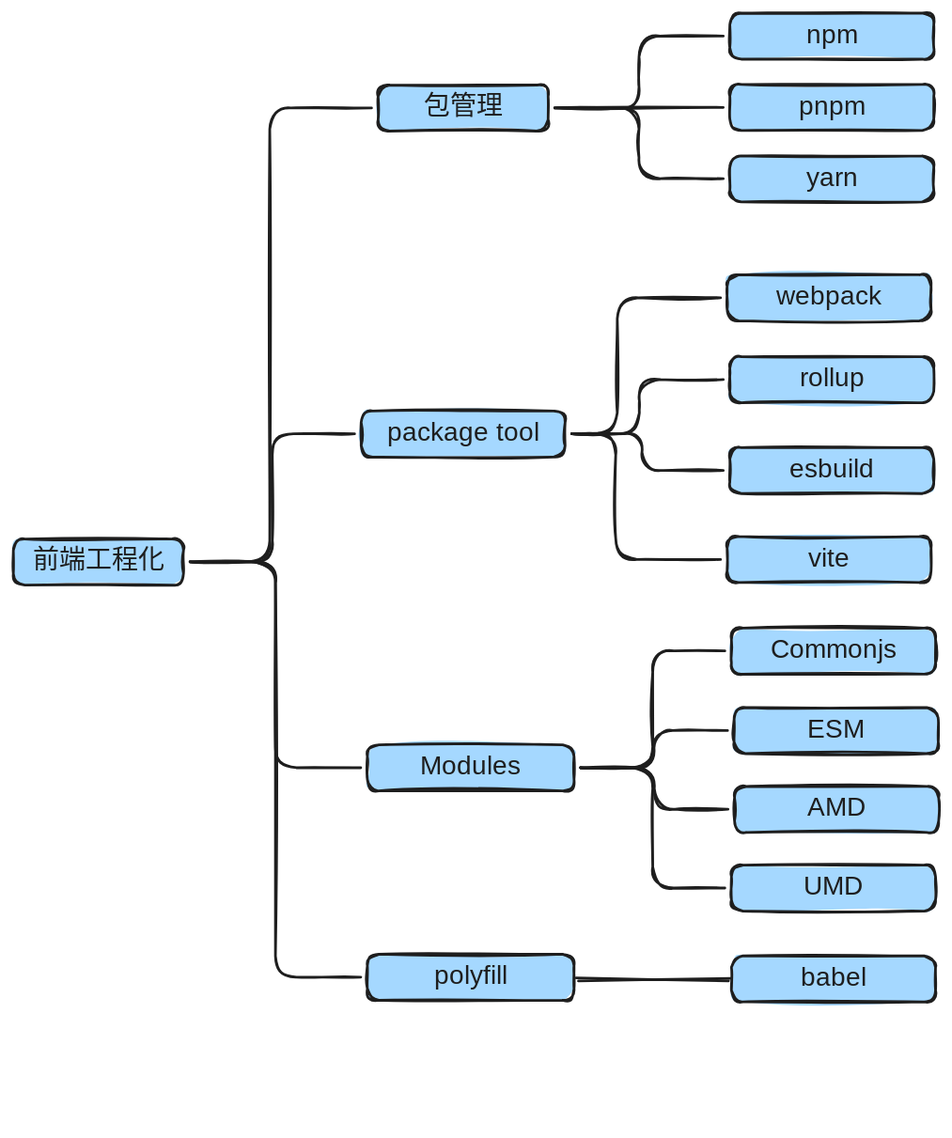
This is image/engineer.excalidraw.svg from zhuzhujian/zhuzhujian.github.io, a Excalidraw export, as it was before one commit. Source tidied: one line per element, renumbered; positions are measured from the earlier drawing's top-left corner, leaving out a move shared by most shapes.
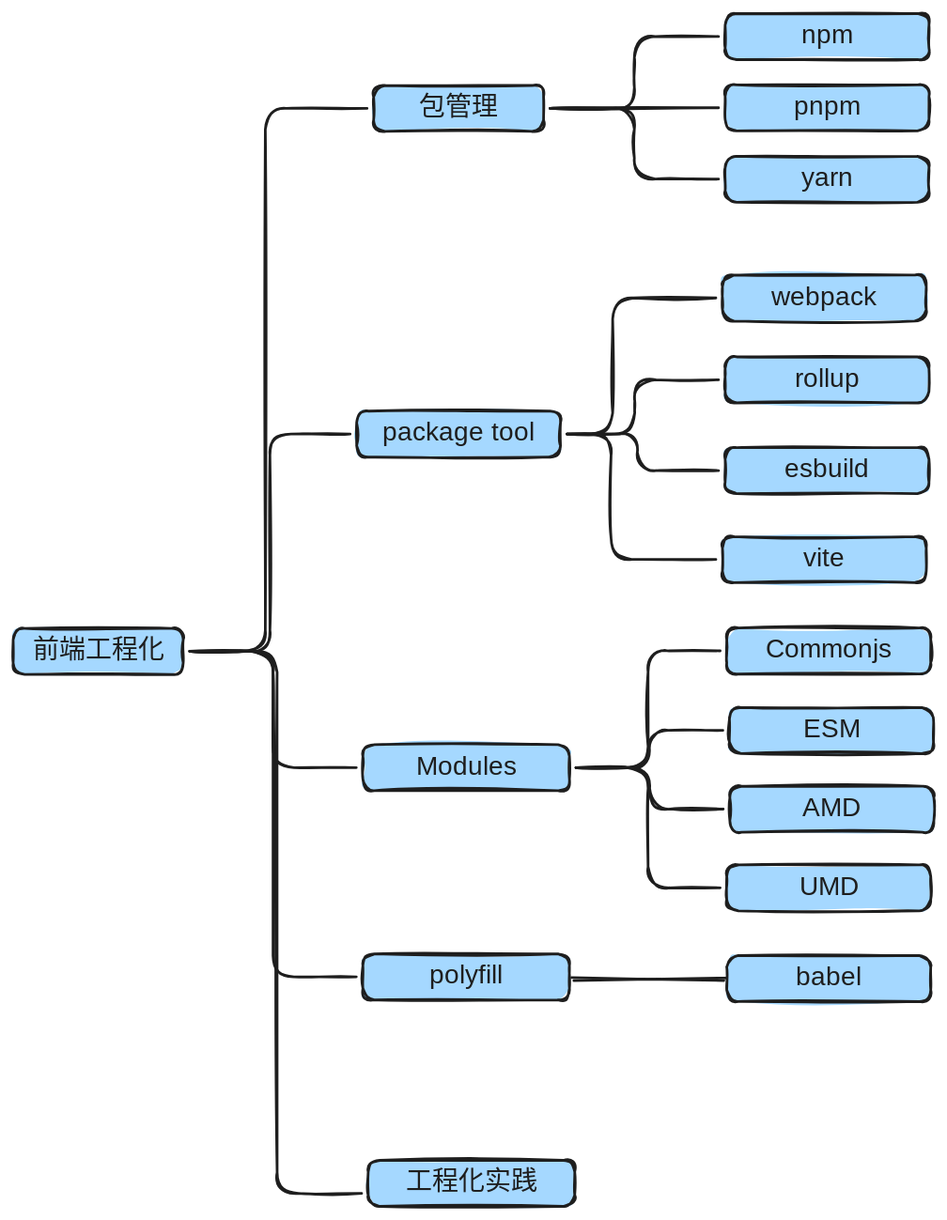
The same diagram one commit later.

Change to the diagram source:
```diff
@@ -1,11 +1,11 @@
-{"id": 0, "type": "rectangle", "strokeColor": "#1e1e1e", "backgroundColor": "#a5d8ff", "fillStyle": "solid", "strokeWidth": 2, "roughness": 1, "round": true, "x": 0, "y": 400, "width": 129, "height": 35}
+{"id": 0, "type": "rectangle", "strokeColor": "#1e1e1e", "backgroundColor": "#a5d8ff", "fillStyle": "solid", "strokeWidth": 2, "roughness": 1, "round": true, "x": 3, "y": 468, "width": 129, "height": 35}
-{"id": 1, "type": "text", "text": "前端工程化", "strokeColor": "#1e1e1e", "strokeWidth": 2, "roughness": 1, "fontSize": 20, "fontFamily": 5, "textAlign": "center", "verticalAlign": "middle", "inside": 0, "x": 15, "y": 405, "width": 100, "height": 25}
+{"id": 1, "type": "text", "text": "前端工程化", "strokeColor": "#1e1e1e", "strokeWidth": 2, "roughness": 1, "fontSize": 20, "fontFamily": 5, "textAlign": "center", "verticalAlign": "middle", "inside": 0, "x": 18, "y": 473, "width": 100, "height": 25}
 {"id": 2, "type": "rectangle", "strokeColor": "#1e1e1e", "backgroundColor": "#a5d8ff", "fillStyle": "solid", "strokeWidth": 2, "roughness": 1, "round": true, "x": 264, "y": 302, "width": 155, "height": 35}
 {"id": 3, "type": "text", "text": "package tool", "strokeColor": "#1e1e1e", "backgroundColor": "#a5d8ff", "fillStyle": "solid", "strokeWidth": 2, "roughness": 1, "fontSize": 20, "fontFamily": 5, "textAlign": "center", "verticalAlign": "middle", "inside": 2, "x": 280, "y": 307, "width": 124, "height": 25}
 {"id": 4, "type": "rectangle", "strokeColor": "#1e1e1e", "backgroundColor": "#a5d8ff", "fillStyle": "solid", "strokeWidth": 2, "roughness": 1, "round": true, "x": 269, "y": 715, "width": 157, "height": 35}
 {"id": 5, "type": "text", "text": "polyfill", "strokeColor": "#1e1e1e", "backgroundColor": "#a5d8ff", "fillStyle": "solid", "strokeWidth": 2, "roughness": 1, "fontSize": 20, "fontFamily": 5, "textAlign": "center", "verticalAlign": "middle", "inside": 4, "x": 317, "y": 720, "width": 62, "height": 25}
-{"id": 6, "type": "arrow", "strokeColor": "#1e1e1e", "backgroundColor": "#a5d8ff", "fillStyle": "solid", "strokeWidth": 2, "roughness": 1, "from": 0, "to": 2, "x": 134, "y": 417, "width": 125, "height": 97, "points": [[0, 0], [63, 0], [63, -97], [125, -97]]}
+{"id": 6, "type": "arrow", "strokeColor": "#1e1e1e", "backgroundColor": "#a5d8ff", "fillStyle": "solid", "strokeWidth": 2, "roughness": 1, "from": 0, "to": 2, "x": 137, "y": 485, "width": 122, "height": 165, "points": [[0, 0], [61, 0], [61, -165], [122, -165]]}
-{"id": 7, "type": "arrow", "strokeColor": "#1e1e1e", "backgroundColor": "#a5d8ff", "fillStyle": "solid", "strokeWidth": 2, "roughness": 1, "from": 0, "to": 4, "x": 134, "y": 417, "width": 130, "height": 316, "points": [[0, 0], [65, 0], [65, 316], [130, 316]]}
+{"id": 7, "type": "arrow", "strokeColor": "#1e1e1e", "backgroundColor": "#a5d8ff", "fillStyle": "solid", "strokeWidth": 2, "roughness": 1, "from": 0, "to": 4, "x": 137, "y": 485, "width": 127, "height": 248, "points": [[0, 0], [63, 0], [63, 248], [127, 248]]}
 {"id": 8, "type": "rectangle", "strokeColor": "#1e1e1e", "backgroundColor": "#a5d8ff", "fillStyle": "solid", "strokeWidth": 2, "roughness": 1, "round": true, "x": 543, "y": 199, "width": 155, "height": 35}
 {"id": 9, "type": "text", "text": "webpack", "strokeColor": "#1e1e1e", "backgroundColor": "#a5d8ff", "fillStyle": "solid", "strokeWidth": 2, "roughness": 1, "fontSize": 20, "fontFamily": 5, "textAlign": "center", "verticalAlign": "middle", "inside": 8, "x": 581, "y": 204, "width": 79, "height": 25}
 {"id": 10, "type": "rectangle", "strokeColor": "#1e1e1e", "backgroundColor": "#a5d8ff", "fillStyle": "solid", "strokeWidth": 2, "roughness": 1, "round": true, "x": 545, "y": 261, "width": 155, "height": 35}
@@ -23,7 +23,7 @@
 {"id": 22, "type": "arrow", "strokeColor": "#1e1e1e", "strokeWidth": 2, "roughness": 1, "round": true, "x": 429, "y": 734, "width": 116, "height": 1, "points": [[0, 0], [116, 1]]}
 {"id": 23, "type": "rectangle", "strokeColor": "#1e1e1e", "backgroundColor": "#a5d8ff", "fillStyle": "solid", "strokeWidth": 2, "roughness": 1, "round": true, "x": 277, "y": 55, "width": 129, "height": 35}
 {"id": 24, "type": "text", "text": "包管理", "strokeColor": "#1e1e1e", "strokeWidth": 2, "roughness": 1, "fontSize": 20, "fontFamily": 5, "textAlign": "center", "verticalAlign": "middle", "inside": 23, "x": 312, "y": 60, "width": 60, "height": 25}
-{"id": 25, "type": "arrow", "strokeColor": "#1e1e1e", "strokeWidth": 2, "roughness": 1, "from": 0, "to": 23, "x": 134, "y": 417, "width": 138, "height": 345, "points": [[0, 0], [61, 0], [61, -345], [138, -345]]}
+{"id": 25, "type": "arrow", "strokeColor": "#1e1e1e", "strokeWidth": 2, "roughness": 1, "from": 0, "to": 23, "x": 137, "y": 485, "width": 135, "height": 413, "points": [[0, 0], [57, 0], [57, -413], [135, -413]]}
 {"id": 26, "type": "rectangle", "strokeColor": "#1e1e1e", "backgroundColor": "#a5d8ff", "fillStyle": "solid", "strokeWidth": 2, "roughness": 1, "round": true, "x": 545, "y": 0, "width": 155, "height": 35}
 {"id": 27, "type": "text", "text": "npm", "strokeColor": "#1e1e1e", "backgroundColor": "#a5d8ff", "fillStyle": "solid", "strokeWidth": 2, "roughness": 1, "fontSize": 20, "fontFamily": 5, "textAlign": "center", "verticalAlign": "middle", "inside": 26, "x": 605, "y": 5, "width": 35, "height": 25}
 {"id": 28, "type": "rectangle", "strokeColor": "#1e1e1e", "backgroundColor": "#a5d8ff", "fillStyle": "solid", "strokeWidth": 2, "roughness": 1, "round": true, "x": 545, "y": 54, "width": 155, "height": 35}
@@ -35,7 +35,7 @@
 {"id": 34, "type": "arrow", "strokeColor": "#1e1e1e", "strokeWidth": 2, "roughness": 1, "from": 23, "to": 30, "x": 412, "y": 72, "width": 128, "height": 54, "points": [[0, 0], [64, 0], [64, 54], [128, 54]]}
 {"id": 35, "type": "rectangle", "strokeColor": "#1e1e1e", "backgroundColor": "#a5d8ff", "fillStyle": "solid", "strokeWidth": 2, "roughness": 1, "round": true, "x": 269, "y": 556, "width": 157, "height": 35}
 {"id": 36, "type": "text", "text": "Modules", "strokeColor": "#1e1e1e", "backgroundColor": "#a5d8ff", "fillStyle": "solid", "strokeWidth": 2, "roughness": 1, "fontSize": 20, "fontFamily": 5, "textAlign": "center", "verticalAlign": "middle", "inside": 35, "x": 309, "y": 561, "width": 76, "height": 25}
-{"id": 37, "type": "arrow", "strokeColor": "#1e1e1e", "strokeWidth": 2, "roughness": 1, "from": 0, "to": 35, "x": 134, "y": 417, "width": 130, "height": 157, "points": [[0, 0], [65, 0], [65, 157], [130, 157]]}
+{"id": 37, "type": "arrow", "strokeColor": "#1e1e1e", "strokeWidth": 2, "roughness": 1, "from": 0, "to": 35, "x": 137, "y": 485, "width": 127, "height": 89, "points": [[0, 0], [63, 0], [63, 89], [127, 89]]}
 {"id": 38, "type": "rectangle", "strokeColor": "#1e1e1e", "backgroundColor": "#a5d8ff", "fillStyle": "solid", "strokeWidth": 2, "roughness": 1, "round": true, "x": 546, "y": 467, "width": 155, "height": 35}
 {"id": 39, "type": "text", "text": "Commonjs", "strokeColor": "#1e1e1e", "backgroundColor": "#a5d8ff", "fillStyle": "solid", "strokeWidth": 2, "roughness": 1, "fontSize": 20, "fontFamily": 5, "textAlign": "center", "verticalAlign": "middle", "inside": 38, "x": 578, "y": 472, "width": 91, "height": 25}
 {"id": 40, "type": "rectangle", "strokeColor": "#1e1e1e", "backgroundColor": "#a5d8ff", "fillStyle": "solid", "strokeWidth": 2, "roughness": 1, "round": true, "x": 548, "y": 528, "width": 155, "height": 35}
@@ -48,3 +48,6 @@
 {"id": 47, "type": "arrow", "strokeColor": "#1e1e1e", "strokeWidth": 2, "roughness": 1, "from": 35, "to": 40, "x": 431, "y": 574, "width": 112, "height": 28, "points": [[0, 0], [56, 0], [56, -28], [112, -28]]}
 {"id": 48, "type": "arrow", "strokeColor": "#1e1e1e", "strokeWidth": 2, "roughness": 1, "from": 35, "to": 42, "x": 431, "y": 574, "width": 112, "height": 32, "points": [[0, 0], [56, 0], [56, 32], [112, 32]]}
 {"id": 49, "type": "arrow", "strokeColor": "#1e1e1e", "strokeWidth": 2, "roughness": 1, "from": 35, "to": 44, "x": 431, "y": 574, "width": 110, "height": 91, "points": [[0, 0], [55, 0], [55, 91], [110, 91]]}
+{"id": 50, "type": "rectangle", "strokeColor": "#1e1e1e", "backgroundColor": "#a5d8ff", "fillStyle": "solid", "strokeWidth": 2, "roughness": 1, "round": true, "x": 273, "y": 873, "width": 157, "height": 35}
+{"id": 51, "type": "text", "text": "工程化实践", "strokeColor": "#1e1e1e", "backgroundColor": "#a5d8ff", "fillStyle": "solid", "strokeWidth": 2, "roughness": 1, "fontSize": 20, "fontFamily": 5, "textAlign": "center", "verticalAlign": "middle", "inside": 50, "x": 302, "y": 878, "width": 100, "height": 25}
+{"id": 52, "type": "arrow", "strokeColor": "#1e1e1e", "strokeWidth": 2, "roughness": 1, "from": 0, "to": 50, "x": 137, "y": 485, "width": 131, "height": 413, "points": [[0, 0], [66, 0], [66, 413], [131, 413]]}
```
